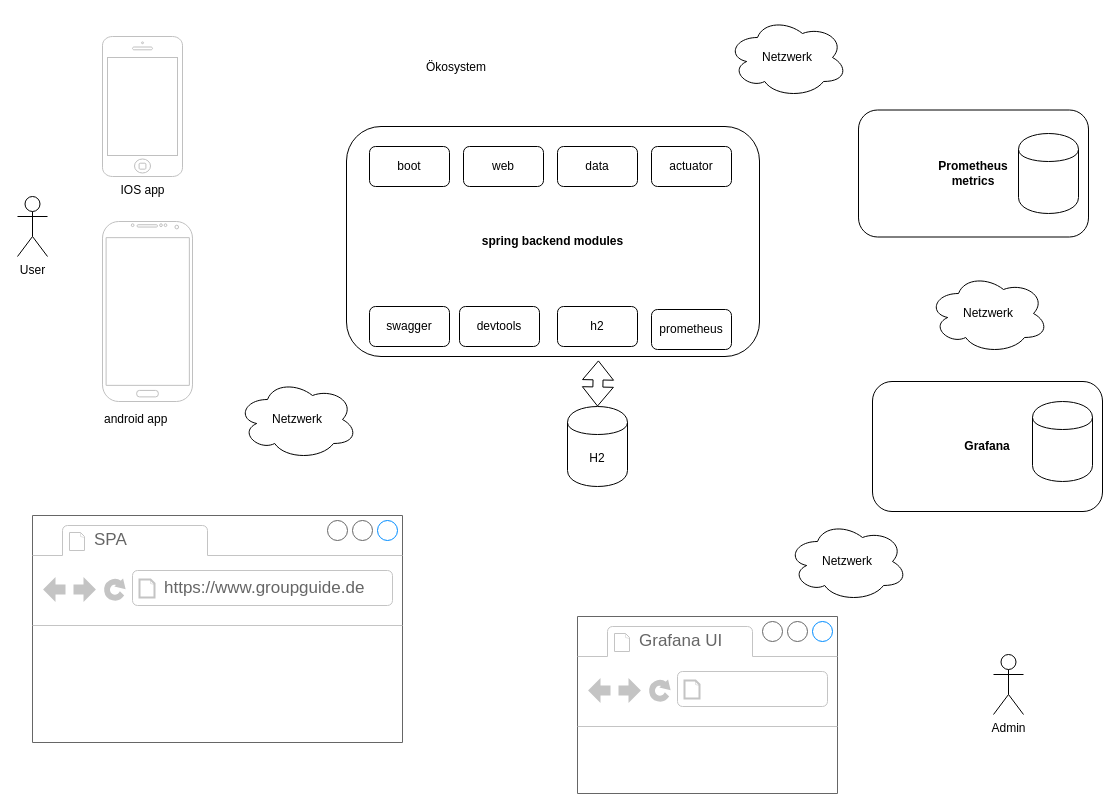
Above: group-guide-environment.drawio in CodeWithFriendsKa/WebbasierteDatenbankanwendungen (draw.io), before the change. Source tidied: cells renumbered, new cells numbered last; positions are measured from the earlier drawing's top-left corner, leaving out a move shared by most shapes. Both pictures are drawn from the tidied source at 100%, with x=0, y=0 at pixel (17, 17).
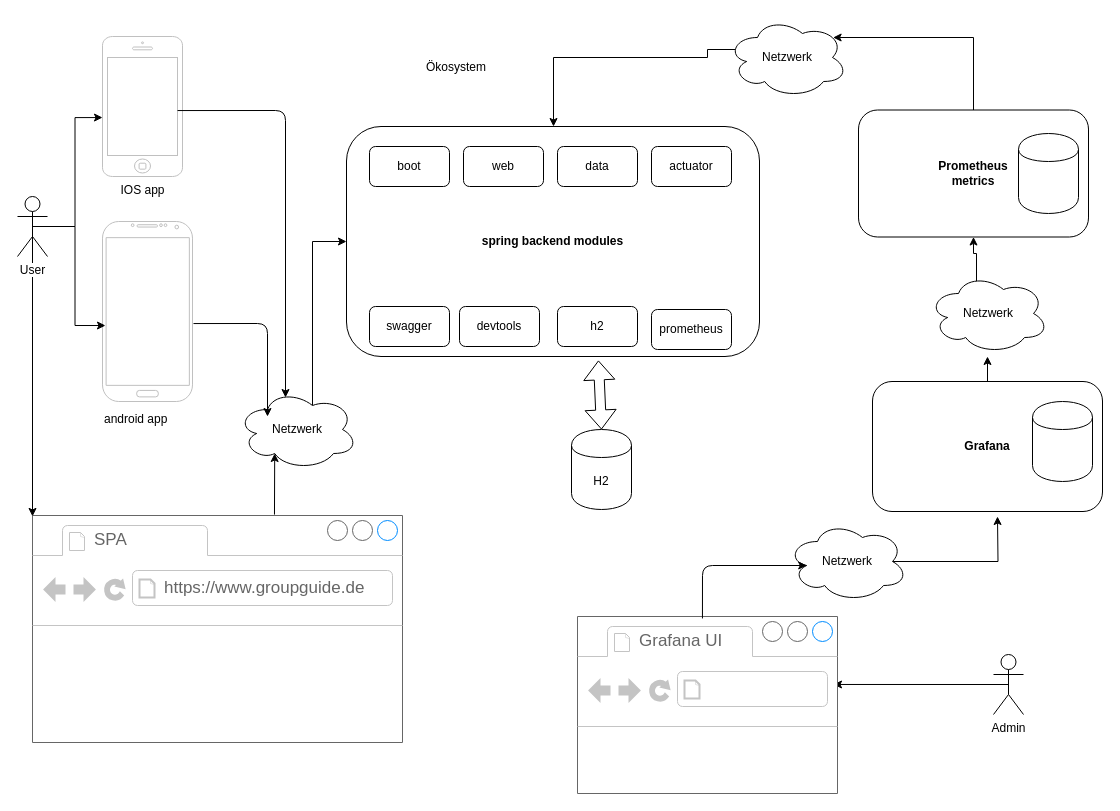
Above is the later version.

The change refers to these unchanged cells:
```xml
<mxCell id="2" value="IOS app&lt;br&gt;" style="html=1;verticalLabelPosition=bottom;labelBackgroundColor=#ffffff;verticalAlign=top;shadow=0;dashed=0;strokeWidth=1;shape=mxgraph.ios7.misc.iphone;fillColor=#ffffff;strokeColor=#c0c0c0;" parent="1" vertex="1">
  <mxGeometry x="85" y="19" width="80" height="140" as="geometry" />
</mxCell>
<mxCell id="3" style="verticalLabelPosition=bottom;verticalAlign=top;html=1;shadow=0;dashed=0;strokeWidth=1;shape=mxgraph.android.phone2;fillColor=#ffffff;strokeColor=#c0c0c0;" parent="1" vertex="1">
  <mxGeometry x="85" y="204" width="90" height="180" as="geometry" />
</mxCell>
<mxCell id="4" style="strokeWidth=1;shadow=0;dashed=0;align=center;html=1;shape=mxgraph.mockup.containers.browserWindow;rSize=0;fillColor=#ffffff;strokeColor=#666666;strokeColor2=#008cff;strokeColor3=#c4c4c4;mainText=,;" parent="1" vertex="1">
  <mxGeometry x="15" y="498" width="370" height="227" as="geometry" />
</mxCell>
<mxCell id="7" value="&lt;b&gt;spring backend modules&lt;/b&gt;" style="rounded=1;whiteSpace=wrap;html=1;" parent="1" vertex="1">
  <mxGeometry x="329" y="109" width="413" height="230" as="geometry" />
</mxCell>
<mxCell id="11" value="&lt;b&gt;Prometheus&lt;br&gt;metrics&lt;/b&gt;&lt;br&gt;" style="rounded=1;whiteSpace=wrap;html=1;" parent="1" vertex="1">
  <mxGeometry x="841" y="92.5" width="230" height="127" as="geometry" />
</mxCell>
<mxCell id="12" value="&lt;b&gt;Grafana&lt;/b&gt;" style="rounded=1;whiteSpace=wrap;html=1;" parent="1" vertex="1">
  <mxGeometry x="855" y="364" width="230" height="130" as="geometry" />
</mxCell>
<mxCell id="13" value="User" style="shape=umlActor;verticalLabelPosition=bottom;labelBackgroundColor=#ffffff;verticalAlign=top;html=1;outlineConnect=0;" parent="1" vertex="1">
  <mxGeometry y="179" width="30" height="60" as="geometry" />
</mxCell>
<mxCell id="14" value="Admin" style="shape=umlActor;verticalLabelPosition=bottom;labelBackgroundColor=#ffffff;verticalAlign=top;html=1;outlineConnect=0;" parent="1" vertex="1">
  <mxGeometry x="976" y="637" width="30" height="60" as="geometry" />
</mxCell>
<mxCell id="22" style="strokeWidth=1;shadow=0;dashed=0;align=center;html=1;shape=mxgraph.mockup.containers.browserWindow;rSize=0;fillColor=#ffffff;strokeColor=#666666;strokeColor2=#008cff;strokeColor3=#c4c4c4;mainText=,;" parent="1" vertex="1">
  <mxGeometry x="560" y="599" width="170" height="177" as="geometry" />
</mxCell>
<mxCell id="28" value="Netzwerk" style="ellipse;shape=cloud;whiteSpace=wrap;html=1;" parent="1" vertex="1">
  <mxGeometry x="710" width="120" height="80" as="geometry" />
</mxCell>
<mxCell id="29" value="Netzwerk" style="ellipse;shape=cloud;whiteSpace=wrap;html=1;" parent="1" vertex="1">
  <mxGeometry x="911" y="256" width="120" height="80" as="geometry" />
</mxCell>
<mxCell id="30" value="Netzwerk" style="ellipse;shape=cloud;whiteSpace=wrap;html=1;" parent="1" vertex="1">
  <mxGeometry x="770" y="504" width="120" height="80" as="geometry" />
</mxCell>
```

Diff of the diagram source:
```diff
@@
+    <mxCell id="32" style="edgeStyle=orthogonalEdgeStyle;rounded=0;jettySize=auto;html=1;exitX=0.625;exitY=0.2;exitDx=0;exitDy=0;exitPerimeter=0;entryX=0;entryY=0.5;entryDx=0;entryDy=0;" parent="1" edge="1" source="8" target="7">
+      <mxGeometry relative="1" as="geometry" />
+    </mxCell>
     <mxCell id="8" value="Netzwerk" style="ellipse;shape=cloud;whiteSpace=wrap;html=1;" parent="1" vertex="1">
-      <mxGeometry x="220" y="362" width="120" height="80" as="geometry" />
+      <mxGeometry x="220" y="372" width="120" height="80" as="geometry" />
     </mxCell>
@@
     <mxCell id="10" value="H2" style="shape=cylinder;whiteSpace=wrap;html=1;boundedLbl=1;backgroundOutline=1;" parent="1" vertex="1">
-      <mxGeometry x="550" y="389" width="60" height="80" as="geometry" />
+      <mxGeometry x="554" y="412" width="60" height="80" as="geometry" />
     </mxCell>
+    <mxCell id="33" style="edgeStyle=orthogonalEdgeStyle;rounded=0;jettySize=auto;html=1;exitX=0.5;exitY=0;exitDx=0;exitDy=0;entryX=0.88;entryY=0.25;entryDx=0;entryDy=0;entryPerimeter=0;" parent="1" edge="1" source="11" target="28">
+      <mxGeometry relative="1" as="geometry">
+        <Array as="points">
+          <mxPoint x="956" y="20" />
+        </Array>
+      </mxGeometry>
+    </mxCell>
@@
+    <mxCell id="34" style="edgeStyle=orthogonalEdgeStyle;rounded=0;jettySize=auto;html=1;exitX=0.5;exitY=0;exitDx=0;exitDy=0;" parent="1" edge="1" source="12">
+      <mxGeometry relative="1" as="geometry">
+        <mxPoint x="970" y="339" as="targetPoint" />
+      </mxGeometry>
+    </mxCell>
@@
+    <mxCell id="35" style="edgeStyle=orthogonalEdgeStyle;rounded=0;jettySize=auto;html=1;exitX=0.5;exitY=0.5;exitDx=0;exitDy=0;exitPerimeter=0;entryX=0;entryY=0.579;entryDx=0;entryDy=0;entryPerimeter=0;" parent="1" edge="1" source="13" target="2">
+      <mxGeometry relative="1" as="geometry" />
+    </mxCell>
+    <mxCell id="36" style="edgeStyle=orthogonalEdgeStyle;rounded=0;jettySize=auto;html=1;exitX=0.5;exitY=0.5;exitDx=0;exitDy=0;exitPerimeter=0;entryX=0.033;entryY=0.578;entryDx=0;entryDy=0;entryPerimeter=0;" parent="1" edge="1" source="13" target="3">
+      <mxGeometry relative="1" as="geometry" />
+    </mxCell>
+    <mxCell id="37" style="edgeStyle=orthogonalEdgeStyle;rounded=0;jettySize=auto;html=1;exitX=0.5;exitY=0.5;exitDx=0;exitDy=0;exitPerimeter=0;entryX=0;entryY=0.004;entryDx=0;entryDy=0;entryPerimeter=0;" parent="1" edge="1" source="13" target="4">
+      <mxGeometry relative="1" as="geometry" />
+    </mxCell>
@@
+    <mxCell id="38" style="edgeStyle=orthogonalEdgeStyle;rounded=0;jettySize=auto;html=1;exitX=0.5;exitY=0.5;exitDx=0;exitDy=0;exitPerimeter=0;entryX=1.506;entryY=0.384;entryDx=0;entryDy=0;entryPerimeter=0;" parent="1" edge="1" source="14" target="22">
+      <mxGeometry relative="1" as="geometry" />
+    </mxCell>
@@
+    <mxCell id="39" style="edgeStyle=orthogonalEdgeStyle;rounded=0;jettySize=auto;html=1;exitX=0.07;exitY=0.4;exitDx=0;exitDy=0;exitPerimeter=0;" parent="1" edge="1" source="28" target="7">
+      <mxGeometry relative="1" as="geometry">
+        <Array as="points">
+          <mxPoint x="690" y="32" />
+          <mxPoint x="690" y="40" />
+          <mxPoint x="536" y="40" />
+        </Array>
+      </mxGeometry>
+    </mxCell>
@@
+    <mxCell id="40" style="edgeStyle=orthogonalEdgeStyle;rounded=0;jettySize=auto;html=1;exitX=0.4;exitY=0.1;exitDx=0;exitDy=0;exitPerimeter=0;entryX=0.5;entryY=1;entryDx=0;entryDy=0;" parent="1" edge="1" source="29" target="11">
+      <mxGeometry relative="1" as="geometry" />
+    </mxCell>
@@
+    <mxCell id="41" style="edgeStyle=orthogonalEdgeStyle;rounded=0;jettySize=auto;html=1;exitX=0.875;exitY=0.5;exitDx=0;exitDy=0;exitPerimeter=0;" parent="1" edge="1" source="30">
+      <mxGeometry relative="1" as="geometry">
+        <mxPoint x="980" y="499" as="targetPoint" />
+      </mxGeometry>
+    </mxCell>
@@
+    <mxCell id="42" style="endArrow=classic;html=1;exitX=0.938;exitY=0.529;exitDx=0;exitDy=0;exitPerimeter=0;entryX=0.4;entryY=0.1;entryDx=0;entryDy=0;entryPerimeter=0;" parent="1" edge="1" source="2" target="8">
+      <mxGeometry relative="1" as="geometry">
+        <Array as="points">
+          <mxPoint x="268" y="93" />
+        </Array>
+      </mxGeometry>
+    </mxCell>
+    <mxCell id="43" style="endArrow=classic;html=1;entryX=0.25;entryY=0.338;entryDx=0;entryDy=0;entryPerimeter=0;exitX=1.011;exitY=0.567;exitDx=0;exitDy=0;exitPerimeter=0;" parent="1" edge="1" source="3" target="8">
+      <mxGeometry relative="1" as="geometry">
+        <Array as="points">
+          <mxPoint x="250" y="306" />
+        </Array>
+      </mxGeometry>
+    </mxCell>
+    <mxCell id="44" style="endArrow=classic;html=1;entryX=0.31;entryY=0.8;entryDx=0;entryDy=0;entryPerimeter=0;exitX=0.654;exitY=-0.004;exitDx=0;exitDy=0;exitPerimeter=0;" parent="1" edge="1" source="4" target="8">
+      <mxGeometry relative="1" as="geometry" />
+    </mxCell>
+    <mxCell id="45" style="endArrow=classic;html=1;entryX=0.16;entryY=0.55;entryDx=0;entryDy=0;entryPerimeter=0;exitX=0.735;exitY=0.011;exitDx=0;exitDy=0;exitPerimeter=0;" parent="1" edge="1" source="22" target="30">
+      <mxGeometry relative="1" as="geometry">
+        <Array as="points">
+          <mxPoint x="685" y="548" />
+        </Array>
+      </mxGeometry>
+    </mxCell>
```
